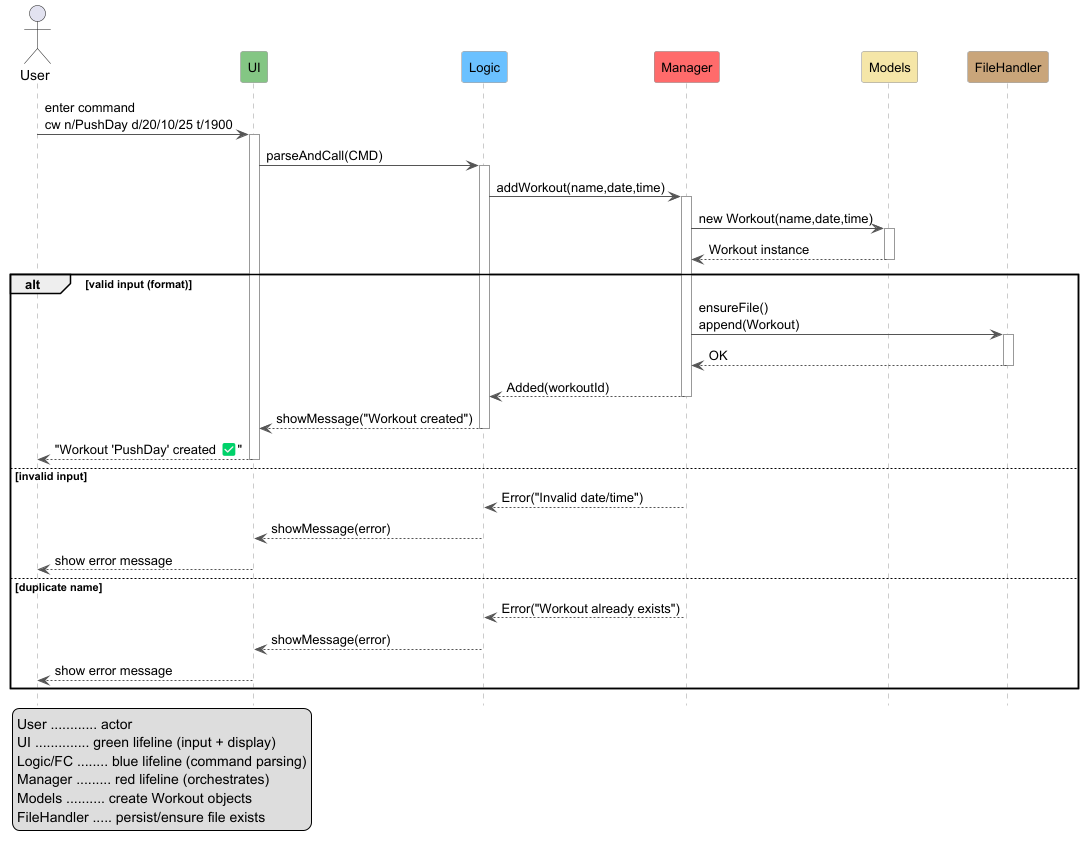
Before: docs/diagrams/Architecture_Sequence_Diagram.png, a diagram exported from PlantUML (Exceptional-Khoi/tp). The source it was exported from:
```plantuml
@startuml
skinparam shadowing false
hide footbox

skinparam sequence {
  ArrowThickness 1
  ParticipantPadding 20
  BoxPadding 10
  LifelineBorderColor #999999
  LifelineBackgroundColor #ffffff
  ArrowColor #555555
}
skinparam participant {
  FontSize 13
  BorderColor #888888
  BackgroundColor #ffffff
}

actor User as U
participant "UI" as UI #84C684
participant "Logic" as L #6BC1FF
participant "Manager" as M #FF6B6B
participant "Models" as MDL #F5E6A8
participant "FileHandler" as FH #C9A57A

U -> UI : enter command\ncw n/PushDay d/20/10/25 t/1900
activate UI

UI -> L : parseAndCall(CMD)
activate L

L -> M : addWorkout(name,date,time)
activate M

M -> MDL : new Workout(name,date,time)
activate MDL
MDL --> M : Workout instance
deactivate MDL

alt valid input (format)
M -> FH : ensureFile()\nappend(Workout)
activate FH
FH --> M : OK
deactivate FH
M --> L : Added(workoutId)
deactivate M

L --> UI : showMessage("Workout created")
deactivate L

UI --> U : "Workout 'PushDay' created ✅"
deactivate UI

else invalid input

  M --> L : Error("Invalid date/time")
  L --> UI : showMessage(error)
  UI --> U : show error message
else duplicate name
  M --> L : Error("Workout already exists")
  L --> UI : showMessage(error)
  UI --> U : show error message
end

legend left
  User ............ actor
  UI .............. green lifeline (input + display)
  Logic/FC ........ blue lifeline (command parsing)
  Manager ......... red lifeline (orchestrates)
  Models .......... create Workout objects
  FileHandler ..... persist/ensure file exists
endlegend
@enduml
```
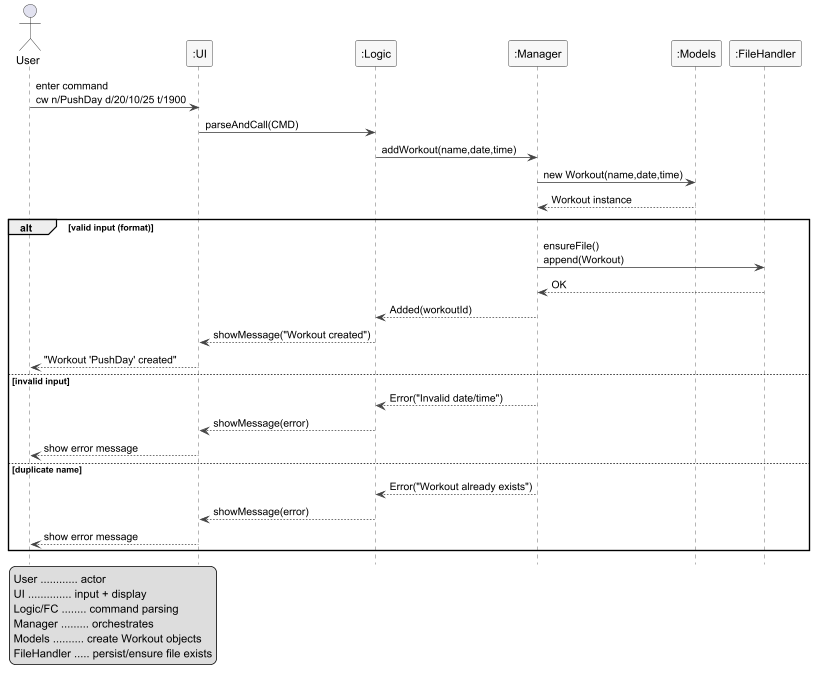
The same diagram one commit later.

Diff of the diagram source:
```diff
@@ -1,72 +1,57 @@
 @startuml
+
+skinparam sequenceParticipantType rectangle
 skinparam shadowing false
+skinparam responseMessageBelowArrow true
 hide footbox
 
 skinparam sequence {
-  ArrowThickness 1
-  ParticipantPadding 20
-  BoxPadding 10
-  LifelineBorderColor #999999
-  LifelineBackgroundColor #ffffff
-  ArrowColor #555555
-}
-skinparam participant {
-  FontSize 13
-  BorderColor #888888
-  BackgroundColor #ffffff
+  ArrowColor #444
+  LifeLineBorderColor #444
+  LifeLineBackgroundColor #FAFAFA
+  ParticipantBorderColor #222
+  ParticipantBackgroundColor #F7F7F7
+  BoxBorderColor #AAA
+  BoxBackgroundColor #FFF
+  NoteBorderColor #AAA
+  NoteBackgroundColor #FFF
 }
 
-actor User as U
-participant "UI" as UI #84C684
-participant "Logic" as L #6BC1FF
-participant "Manager" as M #FF6B6B
-participant "Models" as MDL #F5E6A8
-participant "FileHandler" as FH #C9A57A
+actor    User as U
+participant ":UI"           as UI
+participant ":Logic"        as L
+participant ":Manager"      as M
+participant ":Models"       as MDL
+participant ":FileHandler"  as FH
 
-U -> UI : enter command\ncw n/PushDay d/20/10/25 t/1900
-activate UI
-
-UI -> L : parseAndCall(CMD)
-activate L
-
-L -> M : addWorkout(name,date,time)
-activate M
-
-M -> MDL : new Workout(name,date,time)
-activate MDL
+U  -> UI : enter command\ncw n/PushDay d/20/10/25 t/1900
+UI -> L  : parseAndCall(CMD)
+L  -> M  : addWorkout(name,date,time)
+M  -> MDL: new Workout(name,date,time)
 MDL --> M : Workout instance
-deactivate MDL
 
 alt valid input (format)
-M -> FH : ensureFile()\nappend(Workout)
-activate FH
-FH --> M : OK
-deactivate FH
-M --> L : Added(workoutId)
-deactivate M
-
-L --> UI : showMessage("Workout created")
-deactivate L
-
-UI --> U : "Workout 'PushDay' created ✅"
-deactivate UI
+  M  -> FH : ensureFile()\nappend(Workout)
+  FH --> M  : OK
+  M  --> L  : Added(workoutId)
+  L  --> UI : showMessage("Workout created")
+  UI --> U  : "Workout 'PushDay' created"
 
 else invalid input
-
-  M --> L : Error("Invalid date/time")
-  L --> UI : showMessage(error)
-  UI --> U : show error message
+  M  --> L  : Error("Invalid date/time")
+  L  --> UI : showMessage(error)
+  UI --> U  : show error message
 else duplicate name
-  M --> L : Error("Workout already exists")
-  L --> UI : showMessage(error)
-  UI --> U : show error message
+  M  --> L  : Error("Workout already exists")
+  L  --> UI : showMessage(error)
+  UI --> U  : show error message
 end
 
 legend left
   User ............ actor
-  UI .............. green lifeline (input + display)
-  Logic/FC ........ blue lifeline (command parsing)
-  Manager ......... red lifeline (orchestrates)
+  UI .............. input + display
+  Logic/FC ........ command parsing
+  Manager ......... orchestrates
   Models .......... create Workout objects
   FileHandler ..... persist/ensure file exists
 endlegend
```
